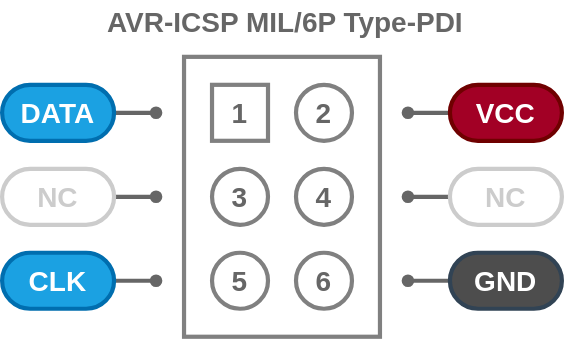
Above: svg/AVR-ICSP-M6P-PDI.drawio.svg in askn37/askn37.github.io (draw.io), before the change. Source tidied: cells renumbered, new cells last; positions are measured from the earlier drawing's top-left corner, leaving out a move shared by most shapes.
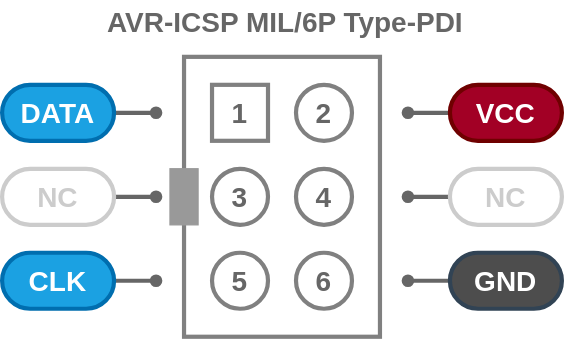
The same diagram one commit later.

What changed in the source:
```diff
@@ -75,5 +75,8 @@
     <mxCell id="21" value="NC" style="rounded=1;whiteSpace=wrap;html=1;fontSize=20;strokeWidth=3;fontStyle=1;arcSize=50;strokeColor=#CCCCCC;fontColor=#CCCCCC;fillColor=none;" parent="1" vertex="1">
       <mxGeometry y="120" width="80" height="40" as="geometry" />
     </mxCell>
+    <mxCell id="22" style="rounded=0;whiteSpace=wrap;html=1;fillColor=#999999;strokeColor=#999999;" parent="1" vertex="1">
+      <mxGeometry x="120" y="120" width="20" height="40" as="geometry" />
+    </mxCell>
   </root>
 </mxGraphModel>
```
